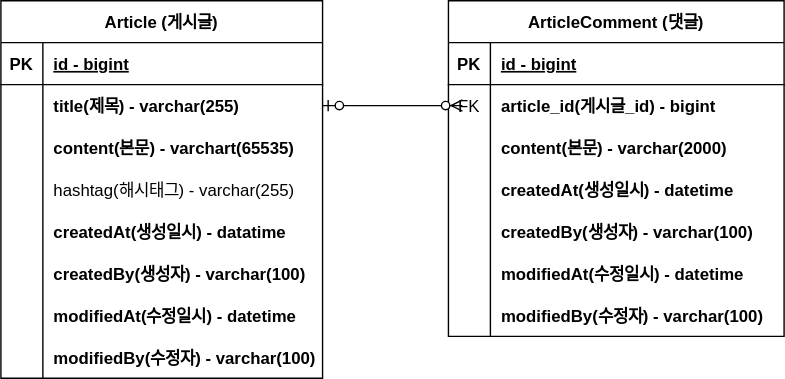
Before: document/project-board-erd.svg, a diagram exported from draw.io (rinikim/fastcampus-project-board). Source tidied: cells renumbered, new cells last; positions are measured from the earlier drawing's top-left corner, leaving out a move shared by most shapes. Its diagram source:
```xml
<mxGraphModel>
  <root>
    <mxCell id="0" />
    <mxCell id="1" parent="0" />
    <mxCell id="2" value="Article (게시글)" style="shape=table;startSize=30;rowLines=0;fontStyle=1;align=center;" parent="1" vertex="1">
      <mxGeometry width="230" height="270" as="geometry" />
    </mxCell>
    <mxCell id="3" style="shape=tableRow;horizontal=0;startSize=0;swimlaneHead=0;swimlaneBody=0;fillColor=none;top=0;left=0;right=0;bottom=1;" parent="2" vertex="1">
      <mxGeometry y="30" width="230" height="30" as="geometry" />
    </mxCell>
    <mxCell id="4" value="PK" style="shape=partialRectangle;fillColor=none;top=0;left=0;bottom=0;right=0;fontStyle=1;overflow=hidden;" parent="3" vertex="1">
      <mxGeometry width="30" height="30" as="geometry" />
    </mxCell>
    <mxCell id="5" value="id - bigint" style="shape=partialRectangle;fillColor=none;top=0;left=0;bottom=0;right=0;align=left;spacingLeft=6;fontStyle=5;overflow=hidden;" parent="3" vertex="1">
      <mxGeometry x="30" width="200" height="30" as="geometry" />
    </mxCell>
    <mxCell id="6" style="shape=tableRow;horizontal=0;startSize=0;swimlaneHead=0;swimlaneBody=0;fillColor=none;points=[[0,0.5],[1,0.5]];portConstraint=eastwest;top=0;left=0;right=0;bottom=0;" parent="2" vertex="1">
      <mxGeometry y="60" width="230" height="30" as="geometry" />
    </mxCell>
    <mxCell id="7" style="shape=partialRectangle;fillColor=none;top=0;left=0;bottom=0;right=0;overflow=hidden;" parent="6" vertex="1">
      <mxGeometry width="30" height="30" as="geometry" />
    </mxCell>
    <mxCell id="8" value="title(제목) - varchar(255)" style="shape=partialRectangle;fillColor=none;top=0;left=0;bottom=0;right=0;align=left;spacingLeft=6;overflow=hidden;fontStyle=1;" parent="6" vertex="1">
      <mxGeometry x="30" width="200" height="30" as="geometry" />
    </mxCell>
    <mxCell id="9" style="shape=tableRow;horizontal=0;startSize=0;swimlaneHead=0;swimlaneBody=0;fillColor=none;top=0;left=0;right=0;bottom=0;" parent="2" vertex="1">
      <mxGeometry y="90" width="230" height="30" as="geometry" />
    </mxCell>
    <mxCell id="10" style="shape=partialRectangle;fillColor=none;top=0;left=0;bottom=0;right=0;overflow=hidden;" parent="9" vertex="1">
      <mxGeometry width="30" height="30" as="geometry" />
    </mxCell>
    <mxCell id="11" value="content(본문) - varchart(65535)" style="shape=partialRectangle;fillColor=none;top=0;left=0;bottom=0;right=0;align=left;spacingLeft=6;overflow=hidden;fontStyle=1;" parent="9" vertex="1">
      <mxGeometry x="30" width="200" height="30" as="geometry" />
    </mxCell>
    <mxCell id="12" style="shape=tableRow;horizontal=0;startSize=0;swimlaneHead=0;swimlaneBody=0;fillColor=none;top=0;left=0;right=0;bottom=0;" parent="2" vertex="1">
      <mxGeometry y="120" width="230" height="30" as="geometry" />
    </mxCell>
    <mxCell id="13" style="shape=partialRectangle;fillColor=none;top=0;left=0;bottom=0;right=0;overflow=hidden;" parent="12" vertex="1">
      <mxGeometry width="30" height="30" as="geometry" />
    </mxCell>
    <mxCell id="14" value="hashtag(해시태그) - varchar(255)" style="shape=partialRectangle;fillColor=none;top=0;left=0;bottom=0;right=0;align=left;spacingLeft=6;overflow=hidden;" parent="12" vertex="1">
      <mxGeometry x="30" width="200" height="30" as="geometry" />
    </mxCell>
    <mxCell id="15" style="shape=tableRow;horizontal=0;startSize=0;swimlaneHead=0;swimlaneBody=0;fillColor=none;top=0;left=0;right=0;bottom=0;" parent="2" vertex="1">
      <mxGeometry y="150" width="230" height="30" as="geometry" />
    </mxCell>
    <mxCell id="16" style="shape=partialRectangle;fillColor=none;top=0;left=0;bottom=0;right=0;overflow=hidden;" parent="15" vertex="1">
      <mxGeometry width="30" height="30" as="geometry" />
    </mxCell>
    <mxCell id="17" value="createdAt(생성일시) - datatime" style="shape=partialRectangle;fillColor=none;top=0;left=0;bottom=0;right=0;align=left;spacingLeft=6;overflow=hidden;fontStyle=1;" parent="15" vertex="1">
      <mxGeometry x="30" width="200" height="30" as="geometry" />
    </mxCell>
    <mxCell id="18" style="shape=tableRow;horizontal=0;startSize=0;swimlaneHead=0;swimlaneBody=0;fillColor=none;top=0;left=0;right=0;bottom=0;" parent="2" vertex="1">
      <mxGeometry y="180" width="230" height="30" as="geometry" />
    </mxCell>
    <mxCell id="19" style="shape=partialRectangle;fillColor=none;top=0;left=0;bottom=0;right=0;overflow=hidden;" parent="18" vertex="1">
      <mxGeometry width="30" height="30" as="geometry" />
    </mxCell>
    <mxCell id="20" value="createdBy(생성자) - varchar(100)" style="shape=partialRectangle;fillColor=none;top=0;left=0;bottom=0;right=0;align=left;spacingLeft=6;overflow=hidden;fontStyle=1;" parent="18" vertex="1">
      <mxGeometry x="30" width="200" height="30" as="geometry" />
    </mxCell>
    <mxCell id="21" style="shape=tableRow;horizontal=0;startSize=0;swimlaneHead=0;swimlaneBody=0;fillColor=none;top=0;left=0;right=0;bottom=0;" parent="2" vertex="1">
      <mxGeometry y="210" width="230" height="30" as="geometry" />
    </mxCell>
    <mxCell id="22" style="shape=partialRectangle;fillColor=none;top=0;left=0;bottom=0;right=0;overflow=hidden;" parent="21" vertex="1">
      <mxGeometry width="30" height="30" as="geometry" />
    </mxCell>
    <mxCell id="23" value="modifiedAt(수정일시) - datetime" style="shape=partialRectangle;fillColor=none;top=0;left=0;bottom=0;right=0;align=left;spacingLeft=6;overflow=hidden;fontStyle=1;" parent="21" vertex="1">
      <mxGeometry x="30" width="200" height="30" as="geometry" />
    </mxCell>
    <mxCell id="24" style="shape=tableRow;horizontal=0;startSize=0;swimlaneHead=0;swimlaneBody=0;fillColor=none;top=0;left=0;right=0;bottom=0;" parent="2" vertex="1">
      <mxGeometry y="240" width="230" height="30" as="geometry" />
    </mxCell>
    <mxCell id="25" style="shape=partialRectangle;fillColor=none;top=0;left=0;bottom=0;right=0;overflow=hidden;" parent="24" vertex="1">
      <mxGeometry width="30" height="30" as="geometry" />
    </mxCell>
    <mxCell id="26" value="modifiedBy(수정자) - varchar(100)" style="shape=partialRectangle;fillColor=none;top=0;left=0;bottom=0;right=0;align=left;spacingLeft=6;overflow=hidden;fontStyle=1;" parent="24" vertex="1">
      <mxGeometry x="30" width="200" height="30" as="geometry" />
    </mxCell>
    <mxCell id="27" value="ArticleComment (댓글)" style="shape=table;startSize=30;rowLines=0;fontStyle=1;align=center;" parent="1" vertex="1">
      <mxGeometry x="320" width="240" height="240" as="geometry" />
    </mxCell>
    <mxCell id="28" style="shape=tableRow;horizontal=0;startSize=0;swimlaneHead=0;swimlaneBody=0;fillColor=none;top=0;left=0;right=0;bottom=1;" parent="27" vertex="1">
      <mxGeometry y="30" width="240" height="30" as="geometry" />
    </mxCell>
    <mxCell id="29" value="PK" style="shape=partialRectangle;fillColor=none;top=0;left=0;bottom=0;right=0;fontStyle=1;overflow=hidden;" parent="28" vertex="1">
      <mxGeometry width="30" height="30" as="geometry" />
    </mxCell>
    <mxCell id="30" value="id - bigint" style="shape=partialRectangle;fillColor=none;top=0;left=0;bottom=0;right=0;align=left;spacingLeft=6;fontStyle=5;overflow=hidden;" parent="28" vertex="1">
      <mxGeometry x="30" width="210" height="30" as="geometry" />
    </mxCell>
    <mxCell id="31" style="shape=tableRow;horizontal=0;startSize=0;swimlaneHead=0;swimlaneBody=0;fillColor=none;top=0;left=0;right=0;bottom=0;" parent="27" vertex="1">
      <mxGeometry y="60" width="240" height="30" as="geometry" />
    </mxCell>
    <mxCell id="32" value="FK" style="shape=partialRectangle;fillColor=none;top=0;left=0;bottom=0;right=0;overflow=hidden;" parent="31" vertex="1">
      <mxGeometry width="30" height="30" as="geometry" />
    </mxCell>
    <mxCell id="33" value="article_id(게시글_id) - bigint" style="shape=partialRectangle;fillColor=none;top=0;left=0;bottom=0;right=0;align=left;spacingLeft=6;overflow=hidden;fontStyle=1;" parent="31" vertex="1">
      <mxGeometry x="30" width="210" height="30" as="geometry" />
    </mxCell>
    <mxCell id="34" style="shape=tableRow;horizontal=0;startSize=0;swimlaneHead=0;swimlaneBody=0;fillColor=none;top=0;left=0;right=0;bottom=0;" parent="27" vertex="1">
      <mxGeometry y="90" width="240" height="30" as="geometry" />
    </mxCell>
    <mxCell id="35" style="shape=partialRectangle;fillColor=none;top=0;left=0;bottom=0;right=0;overflow=hidden;" parent="34" vertex="1">
      <mxGeometry width="30" height="30" as="geometry" />
    </mxCell>
    <mxCell id="36" value="content(본문) - varchar(2000)" style="shape=partialRectangle;fillColor=none;top=0;left=0;bottom=0;right=0;align=left;spacingLeft=6;overflow=hidden;fontStyle=1;" parent="34" vertex="1">
      <mxGeometry x="30" width="210" height="30" as="geometry" />
    </mxCell>
    <mxCell id="37" style="shape=tableRow;horizontal=0;startSize=0;swimlaneHead=0;swimlaneBody=0;fillColor=none;top=0;left=0;right=0;bottom=0;" parent="27" vertex="1">
      <mxGeometry y="120" width="240" height="30" as="geometry" />
    </mxCell>
    <mxCell id="38" style="shape=partialRectangle;fillColor=none;top=0;left=0;bottom=0;right=0;overflow=hidden;" parent="37" vertex="1">
      <mxGeometry width="30" height="30" as="geometry" />
    </mxCell>
    <mxCell id="39" value="createdAt(생성일시) - datetime" style="shape=partialRectangle;fillColor=none;top=0;left=0;bottom=0;right=0;align=left;spacingLeft=6;overflow=hidden;fontStyle=1;" parent="37" vertex="1">
      <mxGeometry x="30" width="210" height="30" as="geometry" />
    </mxCell>
    <mxCell id="40" style="shape=tableRow;horizontal=0;startSize=0;swimlaneHead=0;swimlaneBody=0;fillColor=none;top=0;left=0;right=0;bottom=0;" parent="27" vertex="1">
      <mxGeometry y="150" width="240" height="30" as="geometry" />
    </mxCell>
    <mxCell id="41" style="shape=partialRectangle;fillColor=none;top=0;left=0;bottom=0;right=0;overflow=hidden;" parent="40" vertex="1">
      <mxGeometry width="30" height="30" as="geometry" />
    </mxCell>
    <mxCell id="42" value="createdBy(생성자) - varchar(100)" style="shape=partialRectangle;fillColor=none;top=0;left=0;bottom=0;right=0;align=left;spacingLeft=6;overflow=hidden;fontStyle=1;" parent="40" vertex="1">
      <mxGeometry x="30" width="210" height="30" as="geometry" />
    </mxCell>
    <mxCell id="43" style="shape=tableRow;horizontal=0;startSize=0;swimlaneHead=0;swimlaneBody=0;fillColor=none;top=0;left=0;right=0;bottom=0;" parent="27" vertex="1">
      <mxGeometry y="180" width="240" height="30" as="geometry" />
    </mxCell>
    <mxCell id="44" style="shape=partialRectangle;fillColor=none;top=0;left=0;bottom=0;right=0;overflow=hidden;" parent="43" vertex="1">
      <mxGeometry width="30" height="30" as="geometry" />
    </mxCell>
    <mxCell id="45" value="modifiedAt(수정일시) - datetime" style="shape=partialRectangle;fillColor=none;top=0;left=0;bottom=0;right=0;align=left;spacingLeft=6;overflow=hidden;fontStyle=1;" parent="43" vertex="1">
      <mxGeometry x="30" width="210" height="30" as="geometry" />
    </mxCell>
    <mxCell id="46" style="shape=tableRow;horizontal=0;startSize=0;swimlaneHead=0;swimlaneBody=0;fillColor=none;top=0;left=0;right=0;bottom=0;" parent="27" vertex="1">
      <mxGeometry y="210" width="240" height="30" as="geometry" />
    </mxCell>
    <mxCell id="47" style="shape=partialRectangle;fillColor=none;top=0;left=0;bottom=0;right=0;overflow=hidden;" parent="46" vertex="1">
      <mxGeometry width="30" height="30" as="geometry" />
    </mxCell>
    <mxCell id="48" value="modifiedBy(수정자) - varchar(100)" style="shape=partialRectangle;fillColor=none;top=0;left=0;bottom=0;right=0;align=left;spacingLeft=6;overflow=hidden;fontStyle=1;" parent="46" vertex="1">
      <mxGeometry x="30" width="210" height="30" as="geometry" />
    </mxCell>
    <mxCell id="49" style="edgeStyle=entityRelationEdgeStyle;fontSize=12;html=1;endArrow=ERzeroToMany;startArrow=ERzeroToOne;rounded=0;exitX=1;exitY=0.5;exitDx=0;exitDy=0;" parent="1" edge="1" source="6">
      <mxGeometry relative="1" as="geometry">
        <mxPoint x="330" y="75" as="targetPoint" />
      </mxGeometry>
    </mxCell>
  </root>
</mxGraphModel>
```
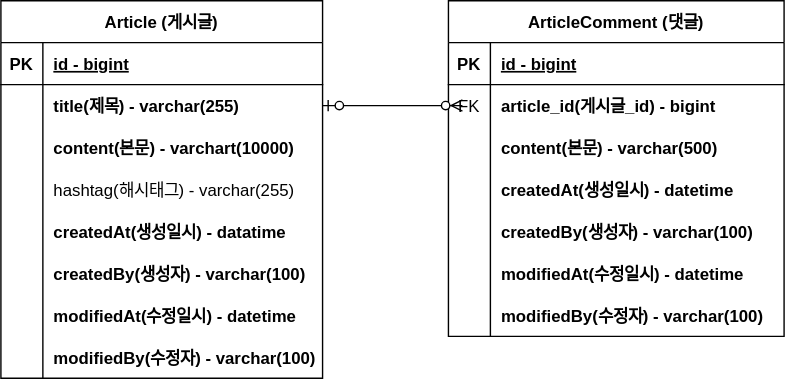
After the change.

Commit message:
#13 - erd 업데이트 : content 사이즈 변경

Diff of the diagram source:
```diff
@@ -29,7 +29,7 @@
     <mxCell id="10" style="shape=partialRectangle;fillColor=none;top=0;left=0;bottom=0;right=0;overflow=hidden;" parent="9" vertex="1">
       <mxGeometry width="30" height="30" as="geometry" />
     </mxCell>
-    <mxCell id="11" value="content(본문) - varchart(65535)" style="shape=partialRectangle;fillColor=none;top=0;left=0;bottom=0;right=0;align=left;spacingLeft=6;overflow=hidden;fontStyle=1;" parent="9" vertex="1">
+    <mxCell id="11" value="content(본문) - varchart(10000)" style="shape=partialRectangle;fillColor=none;top=0;left=0;bottom=0;right=0;align=left;spacingLeft=6;overflow=hidden;fontStyle=1;" parent="9" vertex="1">
       <mxGeometry x="30" width="200" height="30" as="geometry" />
     </mxCell>
     <mxCell id="12" style="shape=tableRow;horizontal=0;startSize=0;swimlaneHead=0;swimlaneBody=0;fillColor=none;top=0;left=0;right=0;bottom=0;" parent="2" vertex="1">
@@ -104,7 +104,7 @@
     <mxCell id="35" style="shape=partialRectangle;fillColor=none;top=0;left=0;bottom=0;right=0;overflow=hidden;" parent="34" vertex="1">
       <mxGeometry width="30" height="30" as="geometry" />
     </mxCell>
-    <mxCell id="36" value="content(본문) - varchar(2000)" style="shape=partialRectangle;fillColor=none;top=0;left=0;bottom=0;right=0;align=left;spacingLeft=6;overflow=hidden;fontStyle=1;" parent="34" vertex="1">
+    <mxCell id="36" value="content(본문) - varchar(500)" style="shape=partialRectangle;fillColor=none;top=0;left=0;bottom=0;right=0;align=left;spacingLeft=6;overflow=hidden;fontStyle=1;" parent="34" vertex="1">
       <mxGeometry x="30" width="210" height="30" as="geometry" />
     </mxCell>
     <mxCell id="37" style="shape=tableRow;horizontal=0;startSize=0;swimlaneHead=0;swimlaneBody=0;fillColor=none;top=0;left=0;right=0;bottom=0;" parent="27" vertex="1">
```
